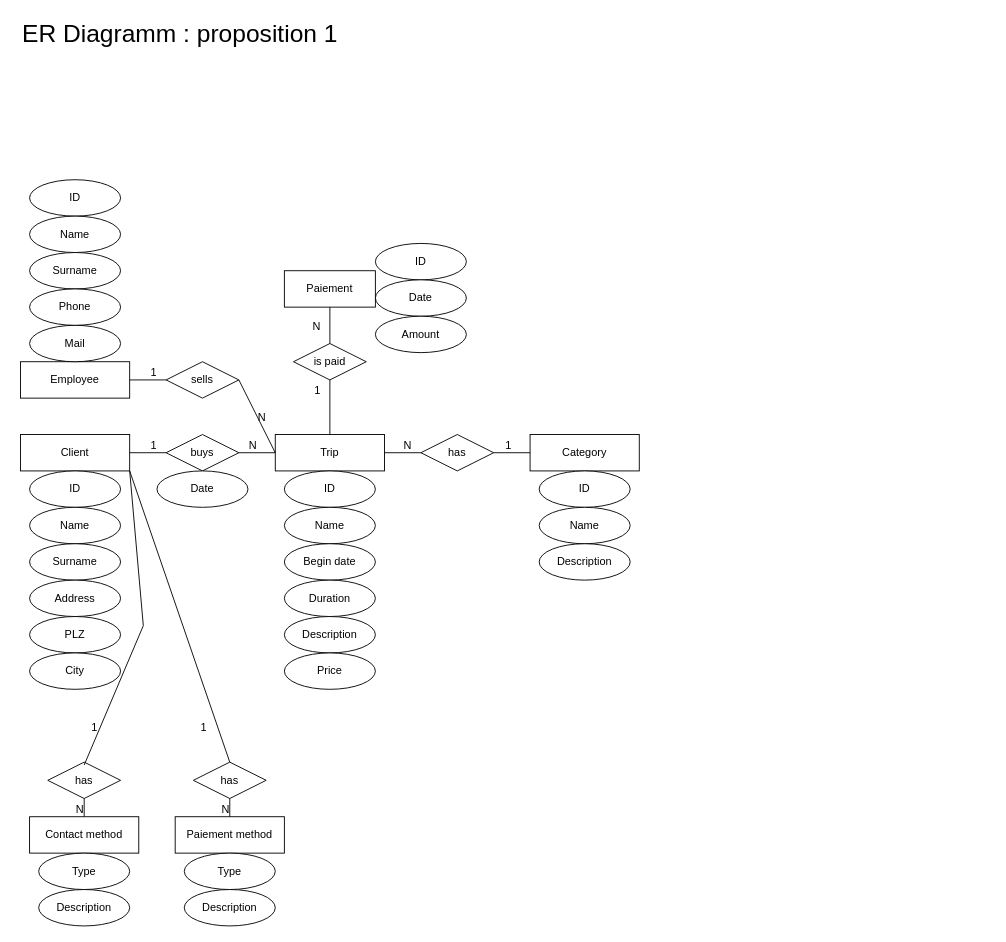
The draw.io diagram page "ER-Model" (1 of 2) of DB Projekt 1.drawio in phootrf/DBProjet1, before the edit. Source tidied: cells renumbered, new cells numbered last; positions are measured from the earlier drawing's top-left corner, leaving out a move shared by most shapes. Both pictures are drawn from the tidied source at 91%, with x=0, y=0 at pixel (15, 15).
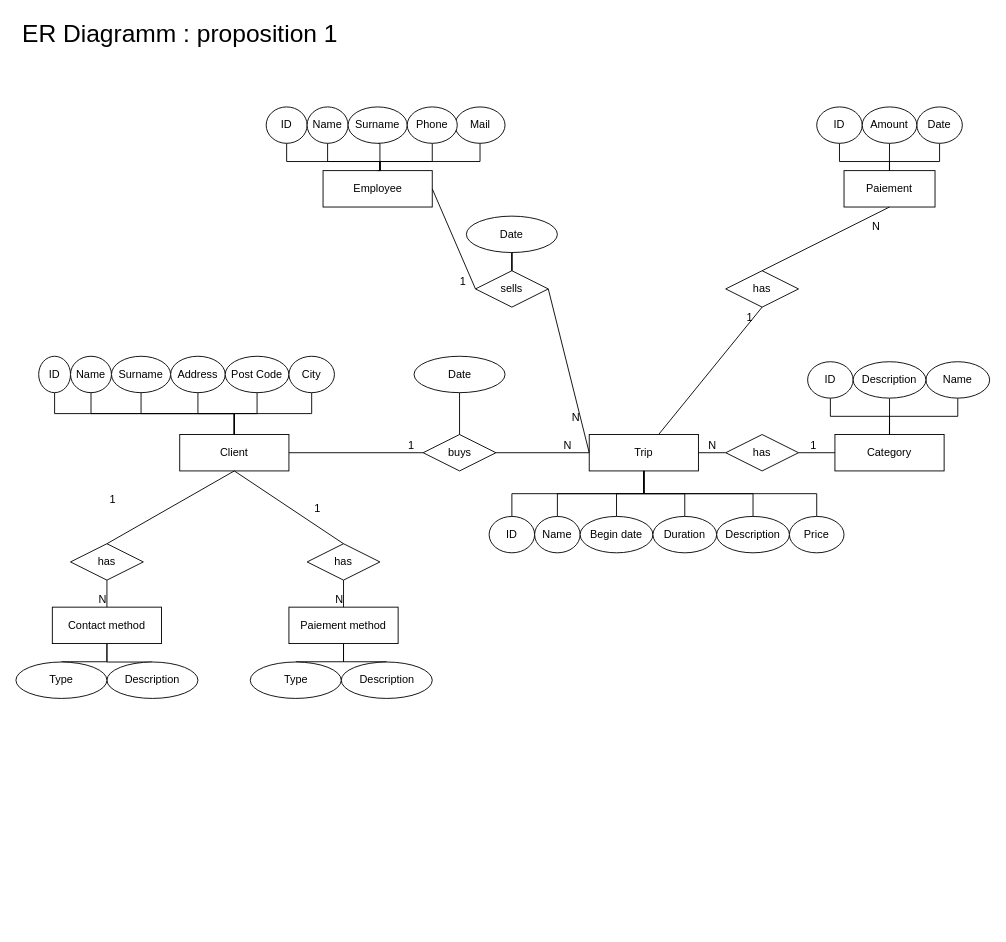
The same diagram, later.

Change to the diagram source:
```diff
@@
     <mxCell id="2" value="Client" style="whiteSpace=wrap;html=1;align=center;" parent="1" vertex="1">
-      <mxGeometry x="5" y="460" width="120" height="40" as="geometry" />
+      <mxGeometry x="180" y="460" width="120" height="40" as="geometry" />
     </mxCell>
     <mxCell id="3" value="Trip" style="whiteSpace=wrap;html=1;align=center;" parent="1" vertex="1">
-      <mxGeometry x="285" y="460" width="120" height="40" as="geometry" />
+      <mxGeometry x="630" y="460" width="120" height="40" as="geometry" />
     </mxCell>
+    <mxCell id="68" style="edgeStyle=orthogonalEdgeStyle;rounded=0;jettySize=auto;html=1;exitX=0.5;exitY=0;exitDx=0;exitDy=0;entryX=0.5;entryY=1;entryDx=0;entryDy=0;endArrow=none;endFill=0;" parent="1" edge="1" source="4" target="17">
+      <mxGeometry relative="1" as="geometry" />
+    </mxCell>
     <mxCell id="4" value="Category" style="whiteSpace=wrap;html=1;align=center;" parent="1" vertex="1">
-      <mxGeometry x="565" y="460" width="120" height="40" as="geometry" />
+      <mxGeometry x="900" y="460" width="120" height="40" as="geometry" />
     </mxCell>
+    <mxCell id="69" style="edgeStyle=orthogonalEdgeStyle;rounded=0;jettySize=auto;html=1;exitX=0.5;exitY=1;exitDx=0;exitDy=0;entryX=0.5;entryY=0;entryDx=0;entryDy=0;endArrow=none;endFill=0;" parent="1" edge="1" source="5" target="54">
+      <mxGeometry relative="1" as="geometry" />
+    </mxCell>
     <mxCell id="5" value="Contact method" style="whiteSpace=wrap;html=1;align=center;" parent="1" vertex="1">
-      <mxGeometry x="15" y="880" width="120" height="40" as="geometry" />
+      <mxGeometry x="40" y="649.7" width="120" height="40" as="geometry" />
     </mxCell>
+    <mxCell id="70" style="edgeStyle=orthogonalEdgeStyle;rounded=0;jettySize=auto;html=1;exitX=0.5;exitY=1;exitDx=0;exitDy=0;entryX=0.5;entryY=0;entryDx=0;entryDy=0;endArrow=none;endFill=0;" parent="1" edge="1" source="6" target="55">
+      <mxGeometry relative="1" as="geometry" />
+    </mxCell>
+    <mxCell id="71" style="edgeStyle=orthogonalEdgeStyle;rounded=0;jettySize=auto;html=1;exitX=0.5;exitY=1;exitDx=0;exitDy=0;entryX=0.5;entryY=0;entryDx=0;entryDy=0;endArrow=none;endFill=0;" parent="1" edge="1" source="6" target="53">
+      <mxGeometry relative="1" as="geometry" />
+    </mxCell>
     <mxCell id="6" value="Paiement method" style="whiteSpace=wrap;html=1;align=center;" parent="1" vertex="1">
-      <mxGeometry x="175" y="880" width="120" height="40" as="geometry" />
+      <mxGeometry x="300" y="649.7" width="120" height="40" as="geometry" />
     </mxCell>
     <mxCell id="7" value="buys" style="shape=rhombus;perimeter=rhombusPerimeter;whiteSpace=wrap;html=1;align=center;" parent="1" vertex="1">
-      <mxGeometry x="165" y="460" width="80" height="40" as="geometry" />
+      <mxGeometry x="447.5" y="460" width="80" height="40" as="geometry" />
     </mxCell>
@@
     <mxCell id="12" value="has" style="shape=rhombus;perimeter=rhombusPerimeter;whiteSpace=wrap;html=1;align=center;" parent="1" vertex="1">
-      <mxGeometry x="445" y="460" width="80" height="40" as="geometry" />
+      <mxGeometry x="780" y="460" width="80" height="40" as="geometry" />
     </mxCell>
@@
     <mxCell id="17" value="ID" style="ellipse;whiteSpace=wrap;html=1;align=center;" parent="1" vertex="1">
-      <mxGeometry x="575" y="500" width="100" height="40" as="geometry" />
+      <mxGeometry x="870" y="380" width="50" height="40" as="geometry" />
     </mxCell>
+    <mxCell id="72" style="edgeStyle=orthogonalEdgeStyle;rounded=0;jettySize=auto;html=1;exitX=0.5;exitY=1;exitDx=0;exitDy=0;entryX=0.5;entryY=0;entryDx=0;entryDy=0;endArrow=none;endFill=0;" parent="1" edge="1" source="18" target="4">
+      <mxGeometry relative="1" as="geometry" />
+    </mxCell>
     <mxCell id="18" value="Name" style="ellipse;whiteSpace=wrap;html=1;align=center;" parent="1" vertex="1">
-      <mxGeometry x="575" y="540" width="100" height="40" as="geometry" />
+      <mxGeometry x="1000" y="380" width="70" height="40" as="geometry" />
     </mxCell>
+    <mxCell id="73" style="edgeStyle=orthogonalEdgeStyle;rounded=0;jettySize=auto;html=1;exitX=0.5;exitY=1;exitDx=0;exitDy=0;endArrow=none;endFill=0;" parent="1" edge="1" source="19">
+      <mxGeometry relative="1" as="geometry">
+        <mxPoint x="959.9" y="460" as="targetPoint" />
+      </mxGeometry>
+    </mxCell>
     <mxCell id="19" value="Description" style="ellipse;whiteSpace=wrap;html=1;align=center;" parent="1" vertex="1">
-      <mxGeometry x="575" y="580" width="100" height="40" as="geometry" />
+      <mxGeometry x="920" y="380" width="80" height="40" as="geometry" />
     </mxCell>
+    <mxCell id="74" style="edgeStyle=orthogonalEdgeStyle;rounded=0;jettySize=auto;html=1;exitX=0.5;exitY=0;exitDx=0;exitDy=0;entryX=0.5;entryY=1;entryDx=0;entryDy=0;endArrow=none;endFill=0;" parent="1" edge="1" source="20" target="3">
+      <mxGeometry relative="1" as="geometry" />
+    </mxCell>
     <mxCell id="20" value="ID" style="ellipse;whiteSpace=wrap;html=1;align=center;" parent="1" vertex="1">
-      <mxGeometry x="295" y="500" width="100" height="40" as="geometry" />
+      <mxGeometry x="520" y="550" width="50" height="40" as="geometry" />
     </mxCell>
+    <mxCell id="75" style="edgeStyle=orthogonalEdgeStyle;rounded=0;jettySize=auto;html=1;exitX=0.5;exitY=0;exitDx=0;exitDy=0;entryX=0.5;entryY=1;entryDx=0;entryDy=0;endArrow=none;endFill=0;" parent="1" edge="1" source="21" target="3">
+      <mxGeometry relative="1" as="geometry" />
+    </mxCell>
     <mxCell id="21" value="Name" style="ellipse;whiteSpace=wrap;html=1;align=center;" parent="1" vertex="1">
-      <mxGeometry x="295" y="540" width="100" height="40" as="geometry" />
+      <mxGeometry x="570" y="550" width="50" height="40" as="geometry" />
     </mxCell>
+    <mxCell id="76" style="edgeStyle=orthogonalEdgeStyle;rounded=0;jettySize=auto;html=1;exitX=0.5;exitY=0;exitDx=0;exitDy=0;endArrow=none;endFill=0;entryX=0.5;entryY=1;entryDx=0;entryDy=0;" parent="1" edge="1" source="22" target="3">
+      <mxGeometry relative="1" as="geometry" />
+    </mxCell>
     <mxCell id="22" value="Begin date" style="ellipse;whiteSpace=wrap;html=1;align=center;" parent="1" vertex="1">
-      <mxGeometry x="295" y="580" width="100" height="40" as="geometry" />
+      <mxGeometry x="620" y="550" width="80" height="40" as="geometry" />
     </mxCell>
+    <mxCell id="77" style="edgeStyle=orthogonalEdgeStyle;rounded=0;jettySize=auto;html=1;exitX=0.5;exitY=0;exitDx=0;exitDy=0;endArrow=none;endFill=0;entryX=0.5;entryY=1;entryDx=0;entryDy=0;" parent="1" edge="1" source="23" target="3">
+      <mxGeometry relative="1" as="geometry" />
+    </mxCell>
     <mxCell id="23" value="Duration" style="ellipse;whiteSpace=wrap;html=1;align=center;" parent="1" vertex="1">
-      <mxGeometry x="295" y="620" width="100" height="40" as="geometry" />
+      <mxGeometry x="700" y="550" width="70" height="40" as="geometry" />
     </mxCell>
+    <mxCell id="78" style="edgeStyle=orthogonalEdgeStyle;rounded=0;jettySize=auto;html=1;exitX=0.5;exitY=0;exitDx=0;exitDy=0;entryX=0.5;entryY=1;entryDx=0;entryDy=0;endArrow=none;endFill=0;" parent="1" edge="1" source="24" target="3">
+      <mxGeometry relative="1" as="geometry" />
+    </mxCell>
     <mxCell id="24" value="Description" style="ellipse;whiteSpace=wrap;html=1;align=center;" parent="1" vertex="1">
-      <mxGeometry x="295" y="660" width="100" height="40" as="geometry" />
+      <mxGeometry x="770" y="550" width="80" height="40" as="geometry" />
     </mxCell>
+    <mxCell id="79" style="edgeStyle=orthogonalEdgeStyle;rounded=0;jettySize=auto;html=1;exitX=0.5;exitY=0;exitDx=0;exitDy=0;endArrow=none;endFill=0;entryX=0.5;entryY=1;entryDx=0;entryDy=0;" parent="1" edge="1" source="25" target="3">
+      <mxGeometry relative="1" as="geometry" />
+    </mxCell>
     <mxCell id="25" value="Price" style="ellipse;whiteSpace=wrap;html=1;align=center;" parent="1" vertex="1">
-      <mxGeometry x="295" y="700" width="100" height="40" as="geometry" />
+      <mxGeometry x="850" y="550" width="60" height="40" as="geometry" />
     </mxCell>
+    <mxCell id="80" style="edgeStyle=orthogonalEdgeStyle;rounded=0;jettySize=auto;html=1;exitX=0.5;exitY=1;exitDx=0;exitDy=0;entryX=0.5;entryY=0;entryDx=0;entryDy=0;endArrow=none;endFill=0;" parent="1" edge="1" source="26" target="2">
+      <mxGeometry relative="1" as="geometry" />
+    </mxCell>
     <mxCell id="26" value="ID" style="ellipse;whiteSpace=wrap;html=1;align=center;" parent="1" vertex="1">
-      <mxGeometry x="15" y="500" width="100" height="40" as="geometry" />
+      <mxGeometry x="25" y="374" width="35" height="40" as="geometry" />
     </mxCell>
+    <mxCell id="81" style="edgeStyle=orthogonalEdgeStyle;rounded=0;jettySize=auto;html=1;exitX=0.5;exitY=1;exitDx=0;exitDy=0;entryX=0.5;entryY=0;entryDx=0;entryDy=0;endArrow=none;endFill=0;" parent="1" edge="1" source="27" target="2">
+      <mxGeometry relative="1" as="geometry" />
+    </mxCell>
     <mxCell id="27" value="Name" style="ellipse;whiteSpace=wrap;html=1;align=center;" parent="1" vertex="1">
-      <mxGeometry x="15" y="540" width="100" height="40" as="geometry" />
+      <mxGeometry x="60" y="374" width="45" height="40" as="geometry" />
     </mxCell>
+    <mxCell id="82" style="edgeStyle=orthogonalEdgeStyle;rounded=0;jettySize=auto;html=1;exitX=0.5;exitY=1;exitDx=0;exitDy=0;endArrow=none;endFill=0;entryX=0.5;entryY=0;entryDx=0;entryDy=0;" parent="1" edge="1" source="28" target="2">
+      <mxGeometry relative="1" as="geometry" />
+    </mxCell>
     <mxCell id="28" value="Surname" style="ellipse;whiteSpace=wrap;html=1;align=center;" parent="1" vertex="1">
-      <mxGeometry x="15" y="580" width="100" height="40" as="geometry" />
+      <mxGeometry x="105" y="374" width="65" height="40" as="geometry" />
     </mxCell>
+    <mxCell id="83" style="edgeStyle=orthogonalEdgeStyle;rounded=0;jettySize=auto;html=1;endArrow=none;endFill=0;entryX=0.5;entryY=0;entryDx=0;entryDy=0;" parent="1" edge="1" source="29" target="2">
+      <mxGeometry relative="1" as="geometry" />
+    </mxCell>
     <mxCell id="29" value="Address" style="ellipse;whiteSpace=wrap;html=1;align=center;" parent="1" vertex="1">
-      <mxGeometry x="15" y="620" width="100" height="40" as="geometry" />
+      <mxGeometry x="170" y="374" width="60" height="40" as="geometry" />
     </mxCell>
+    <mxCell id="84" style="edgeStyle=orthogonalEdgeStyle;rounded=0;jettySize=auto;html=1;exitX=0.5;exitY=1;exitDx=0;exitDy=0;entryX=0.5;entryY=0;entryDx=0;entryDy=0;endArrow=none;endFill=0;" parent="1" edge="1" source="30" target="2">
+      <mxGeometry relative="1" as="geometry" />
+    </mxCell>
-    <mxCell id="30" value="PLZ" style="ellipse;whiteSpace=wrap;html=1;align=center;" parent="1" vertex="1">
-      <mxGeometry x="15" y="660" width="100" height="40" as="geometry" />
+    <mxCell id="30" value="Post Code" style="ellipse;whiteSpace=wrap;html=1;align=center;" parent="1" vertex="1">
+      <mxGeometry x="230" y="374" width="70" height="40" as="geometry" />
     </mxCell>
+    <mxCell id="85" style="edgeStyle=orthogonalEdgeStyle;rounded=0;jettySize=auto;html=1;exitX=0.5;exitY=1;exitDx=0;exitDy=0;endArrow=none;endFill=0;entryX=0.5;entryY=0;entryDx=0;entryDy=0;" parent="1" edge="1" source="31" target="2">
+      <mxGeometry relative="1" as="geometry" />
+    </mxCell>
     <mxCell id="31" value="City" style="ellipse;whiteSpace=wrap;html=1;align=center;" parent="1" vertex="1">
-      <mxGeometry x="15" y="700" width="100" height="40" as="geometry" />
+      <mxGeometry x="300" y="374" width="50" height="40" as="geometry" />
     </mxCell>
     <mxCell id="32" value="has" style="shape=rhombus;perimeter=rhombusPerimeter;whiteSpace=wrap;html=1;align=center;" parent="1" vertex="1">
-      <mxGeometry x="35" y="820" width="80" height="40" as="geometry" />
+      <mxGeometry x="60" y="580" width="80" height="40" as="geometry" />
     </mxCell>
     <mxCell id="33" value="has" style="shape=rhombus;perimeter=rhombusPerimeter;whiteSpace=wrap;html=1;align=center;" parent="1" vertex="1">
-      <mxGeometry x="195" y="820" width="80" height="40" as="geometry" />
+      <mxGeometry x="320" y="580" width="80" height="40" as="geometry" />
     </mxCell>
@@
-    <mxCell id="38" style="endArrow=none;html=1;rounded=0;exitX=1;exitY=1;exitDx=0;exitDy=0;entryX=0.5;entryY=0;entryDx=0;entryDy=0;" parent="1" edge="1" source="2" target="33">
+    <mxCell id="38" style="endArrow=none;html=1;rounded=0;entryX=0.5;entryY=0;entryDx=0;entryDy=0;exitX=0.5;exitY=1;exitDx=0;exitDy=0;" parent="1" edge="1" source="2" target="33">
       <mxGeometry relative="1" as="geometry" />
     </mxCell>
@@
-    <mxCell id="40" style="endArrow=none;html=1;rounded=0;entryX=0.5;entryY=0.08;entryDx=0;entryDy=0;entryPerimeter=0;" parent="1" edge="1" target="32">
-      <mxGeometry relative="1" as="geometry">
-        <mxPoint x="125" y="500" as="sourcePoint" />
-        <Array as="points">
-          <mxPoint x="140" y="670" />
-        </Array>
-      </mxGeometry>
-    </mxCell>
-    <mxCell id="41" value="1" style="html=1;align=right;verticalAlign=bottom;" parent="40" vertex="1">
-      <mxGeometry x="1" relative="1" as="geometry">
-        <mxPoint x="15" y="-33" as="offset" />
-      </mxGeometry>
-    </mxCell>
-    <mxCell id="42" value="is paid" style="shape=rhombus;perimeter=rhombusPerimeter;whiteSpace=wrap;html=1;align=center;" parent="1" vertex="1">
-      <mxGeometry x="305" y="360" width="80" height="40" as="geometry" />
+    <mxCell id="42" value="has" style="shape=rhombus;perimeter=rhombusPerimeter;whiteSpace=wrap;html=1;align=center;" parent="1" vertex="1">
+      <mxGeometry x="780" y="280" width="80" height="40" as="geometry" />
     </mxCell>
     <mxCell id="43" value="Paiement" style="whiteSpace=wrap;html=1;align=center;" parent="1" vertex="1">
-      <mxGeometry x="295" y="280" width="100" height="40" as="geometry" />
+      <mxGeometry x="910" y="170" width="100" height="40" as="geometry" />
     </mxCell>
@@
+    <mxCell id="86" style="edgeStyle=orthogonalEdgeStyle;rounded=0;jettySize=auto;html=1;exitX=0.5;exitY=1;exitDx=0;exitDy=0;entryX=0.5;entryY=0;entryDx=0;entryDy=0;endArrow=none;endFill=0;" parent="1" edge="1" source="49" target="43">
+      <mxGeometry relative="1" as="geometry">
+        <Array as="points">
+          <mxPoint x="905" y="160" />
+          <mxPoint x="960" y="160" />
+        </Array>
+      </mxGeometry>
+    </mxCell>
     <mxCell id="49" value="ID" style="ellipse;whiteSpace=wrap;html=1;align=center;" parent="1" vertex="1">
-      <mxGeometry x="395" y="250" width="100" height="40" as="geometry" />
+      <mxGeometry x="880" y="100" width="50" height="40" as="geometry" />
     </mxCell>
+    <mxCell id="87" style="edgeStyle=orthogonalEdgeStyle;rounded=0;jettySize=auto;html=1;exitX=0.5;exitY=1;exitDx=0;exitDy=0;endArrow=none;endFill=0;" parent="1" edge="1" source="50">
+      <mxGeometry relative="1" as="geometry">
+        <mxPoint x="960" y="170" as="targetPoint" />
+        <Array as="points">
+          <mxPoint x="1015" y="160" />
+          <mxPoint x="960" y="160" />
+        </Array>
+      </mxGeometry>
+    </mxCell>
     <mxCell id="50" value="Date" style="ellipse;whiteSpace=wrap;html=1;align=center;" parent="1" vertex="1">
-      <mxGeometry x="395" y="290" width="100" height="40" as="geometry" />
+      <mxGeometry x="990" y="100" width="50" height="40" as="geometry" />
     </mxCell>
+    <mxCell id="88" style="edgeStyle=orthogonalEdgeStyle;rounded=0;jettySize=auto;html=1;exitX=0.5;exitY=1;exitDx=0;exitDy=0;endArrow=none;endFill=0;" parent="1" edge="1" source="51">
+      <mxGeometry relative="1" as="geometry">
+        <mxPoint x="959.9" y="170" as="targetPoint" />
+      </mxGeometry>
+    </mxCell>
     <mxCell id="51" value="Amount" style="ellipse;whiteSpace=wrap;html=1;align=center;" parent="1" vertex="1">
-      <mxGeometry x="395" y="330" width="100" height="40" as="geometry" />
+      <mxGeometry x="930" y="100" width="60" height="40" as="geometry" />
     </mxCell>
+    <mxCell id="89" style="edgeStyle=orthogonalEdgeStyle;rounded=0;jettySize=auto;html=1;exitX=0.5;exitY=0;exitDx=0;exitDy=0;endArrow=none;endFill=0;" parent="1" edge="1" source="52">
+      <mxGeometry relative="1" as="geometry">
+        <mxPoint x="100" y="690" as="targetPoint" />
+        <Array as="points">
+          <mxPoint x="100" y="710" />
+        </Array>
+      </mxGeometry>
+    </mxCell>
     <mxCell id="52" value="Description" style="ellipse;whiteSpace=wrap;html=1;align=center;" parent="1" vertex="1">
-      <mxGeometry x="25" y="960" width="100" height="40" as="geometry" />
+      <mxGeometry x="100" y="710" width="100" height="40" as="geometry" />
     </mxCell>
     <mxCell id="53" value="Description" style="ellipse;whiteSpace=wrap;html=1;align=center;" parent="1" vertex="1">
-      <mxGeometry x="185" y="960" width="100" height="40" as="geometry" />
+      <mxGeometry x="357.5" y="710" width="100" height="40" as="geometry" />
     </mxCell>
     <mxCell id="54" value="Type" style="ellipse;whiteSpace=wrap;html=1;align=center;" parent="1" vertex="1">
-      <mxGeometry x="25" y="920" width="100" height="40" as="geometry" />
+      <mxGeometry y="710" width="100" height="40" as="geometry" />
     </mxCell>
     <mxCell id="55" value="Type" style="ellipse;whiteSpace=wrap;html=1;align=center;" parent="1" vertex="1">
-      <mxGeometry x="185" y="920" width="100" height="40" as="geometry" />
+      <mxGeometry x="257.5" y="710" width="100" height="40" as="geometry" />
     </mxCell>
     <mxCell id="56" value="Employee" style="whiteSpace=wrap;html=1;align=center;" parent="1" vertex="1">
-      <mxGeometry x="5" y="380" width="120" height="40" as="geometry" />
+      <mxGeometry x="337.5" y="170" width="120" height="40" as="geometry" />
     </mxCell>
     <mxCell id="57" value="sells" style="shape=rhombus;perimeter=rhombusPerimeter;whiteSpace=wrap;html=1;align=center;" parent="1" vertex="1">
-      <mxGeometry x="165" y="380" width="80" height="40" as="geometry" />
+      <mxGeometry x="505" y="280" width="80" height="40" as="geometry" />
     </mxCell>
@@
+    <mxCell id="90" style="edgeStyle=orthogonalEdgeStyle;rounded=0;jettySize=auto;html=1;exitX=0.5;exitY=1;exitDx=0;exitDy=0;entryX=0.522;entryY=0.01;entryDx=0;entryDy=0;entryPerimeter=0;endArrow=none;endFill=0;" parent="1" edge="1" source="62" target="56">
+      <mxGeometry relative="1" as="geometry">
+        <Array as="points">
+          <mxPoint x="297" y="160" />
+          <mxPoint x="400" y="160" />
+        </Array>
+      </mxGeometry>
+    </mxCell>
     <mxCell id="62" value="ID" style="ellipse;whiteSpace=wrap;html=1;align=center;" parent="1" vertex="1">
-      <mxGeometry x="15" y="180" width="100" height="40" as="geometry" />
+      <mxGeometry x="275" y="100" width="45" height="40" as="geometry" />
     </mxCell>
+    <mxCell id="91" style="edgeStyle=orthogonalEdgeStyle;rounded=0;jettySize=auto;html=1;exitX=0.5;exitY=1;exitDx=0;exitDy=0;entryX=0.5;entryY=0;entryDx=0;entryDy=0;endArrow=none;endFill=0;" parent="1" edge="1" source="63" target="56">
+      <mxGeometry relative="1" as="geometry">
+        <Array as="points">
+          <mxPoint x="342" y="160" />
+          <mxPoint x="400" y="160" />
+        </Array>
+      </mxGeometry>
+    </mxCell>
     <mxCell id="63" value="Name" style="ellipse;whiteSpace=wrap;html=1;align=center;" parent="1" vertex="1">
-      <mxGeometry x="15" y="220" width="100" height="40" as="geometry" />
+      <mxGeometry x="320" y="100" width="45" height="40" as="geometry" />
     </mxCell>
+    <mxCell id="92" style="edgeStyle=orthogonalEdgeStyle;rounded=0;jettySize=auto;html=1;exitX=0.5;exitY=1;exitDx=0;exitDy=0;endArrow=none;endFill=0;" parent="1" edge="1" source="64">
+      <mxGeometry relative="1" as="geometry">
+        <mxPoint x="400" y="170" as="targetPoint" />
+      </mxGeometry>
+    </mxCell>
     <mxCell id="64" value="Surname" style="ellipse;whiteSpace=wrap;html=1;align=center;" parent="1" vertex="1">
-      <mxGeometry x="15" y="260" width="100" height="40" as="geometry" />
+      <mxGeometry x="365" y="100" width="65" height="40" as="geometry" />
     </mxCell>
+    <mxCell id="93" style="edgeStyle=orthogonalEdgeStyle;rounded=0;jettySize=auto;html=1;exitX=0.5;exitY=1;exitDx=0;exitDy=0;endArrow=none;endFill=0;" parent="1" edge="1" source="65">
+      <mxGeometry relative="1" as="geometry">
+        <mxPoint x="400" y="170" as="targetPoint" />
+        <Array as="points">
+          <mxPoint x="510" y="160" />
+          <mxPoint x="400" y="160" />
+        </Array>
+      </mxGeometry>
+    </mxCell>
     <mxCell id="65" value="Mail" style="ellipse;whiteSpace=wrap;html=1;align=center;" parent="1" vertex="1">
-      <mxGeometry x="15" y="340" width="100" height="40" as="geometry" />
+      <mxGeometry x="482.5" y="100" width="55" height="40" as="geometry" />
     </mxCell>
+    <mxCell id="94" style="edgeStyle=orthogonalEdgeStyle;rounded=0;jettySize=auto;html=1;exitX=0.5;exitY=1;exitDx=0;exitDy=0;endArrow=none;endFill=0;" parent="1" edge="1" source="66">
+      <mxGeometry relative="1" as="geometry">
+        <mxPoint x="400" y="170" as="targetPoint" />
+        <Array as="points">
+          <mxPoint x="458" y="160" />
+          <mxPoint x="400" y="160" />
+        </Array>
+      </mxGeometry>
+    </mxCell>
     <mxCell id="66" value="Phone" style="ellipse;whiteSpace=wrap;html=1;align=center;" parent="1" vertex="1">
-      <mxGeometry x="15" y="300" width="100" height="40" as="geometry" />
+      <mxGeometry x="430" y="100" width="55" height="40" as="geometry" />
     </mxCell>
+    <mxCell id="95" style="edgeStyle=orthogonalEdgeStyle;rounded=0;jettySize=auto;html=1;endArrow=none;endFill=0;" parent="1" edge="1" source="67" target="7">
+      <mxGeometry relative="1" as="geometry" />
+    </mxCell>
     <mxCell id="67" value="Date" style="ellipse;whiteSpace=wrap;html=1;align=center;" parent="1" vertex="1">
-      <mxGeometry x="155" y="500" width="100" height="40" as="geometry" />
+      <mxGeometry x="437.5" y="374" width="100" height="40" as="geometry" />
     </mxCell>
+    <mxCell id="96" style="edgeStyle=orthogonalEdgeStyle;rounded=0;jettySize=auto;html=1;endArrow=none;endFill=0;" parent="1" edge="1" source="97" target="57">
+      <mxGeometry relative="1" as="geometry" />
+    </mxCell>
+    <mxCell id="97" value="Date" style="ellipse;whiteSpace=wrap;html=1;align=center;" parent="1" vertex="1">
+      <mxGeometry x="495" y="220" width="100" height="40" as="geometry" />
+    </mxCell>
+    <mxCell id="98" style="endArrow=none;html=1;rounded=0;exitX=0.5;exitY=1;exitDx=0;exitDy=0;entryX=0.5;entryY=0;entryDx=0;entryDy=0;" parent="1" edge="1" source="2" target="32">
+      <mxGeometry relative="1" as="geometry" />
+    </mxCell>
+    <mxCell id="41" value="1" style="html=1;align=right;verticalAlign=bottom;" parent="98" vertex="1">
+      <mxGeometry x="1" relative="1" as="geometry">
+        <mxPoint x="10" y="-40" as="offset" />
+      </mxGeometry>
+    </mxCell>
```
